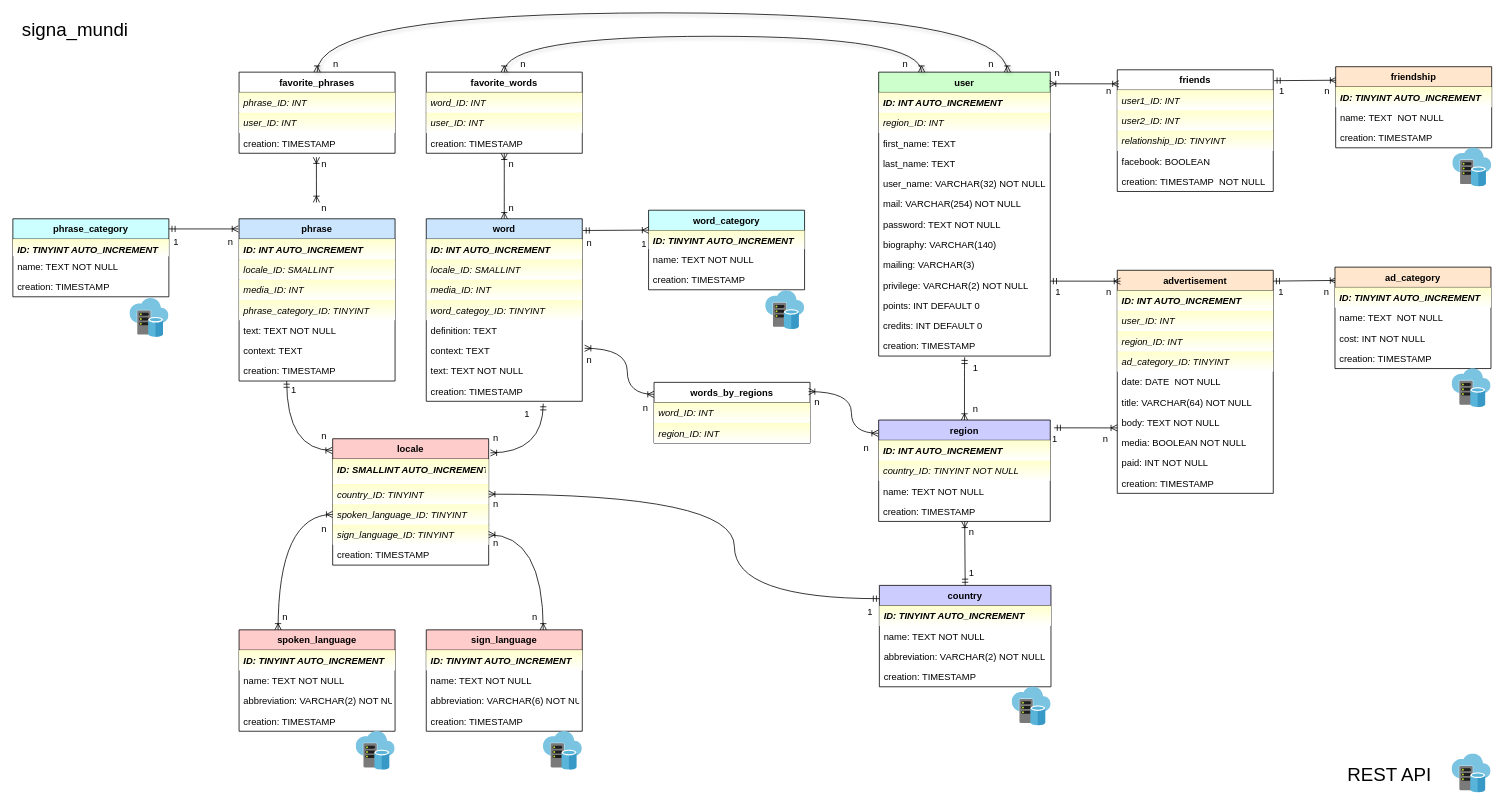
Earlier version of the draw.io diagram SQL/Diagram.drawio (Dialvive/HandsApp-API). Source tidied: cells renumbered, new cells numbered last; positions are measured from the earlier drawing's top-left corner, leaving out a move shared by most shapes. Both pictures are drawn from the tidied source at 78%, with x=0, y=0 at pixel (12, 12).
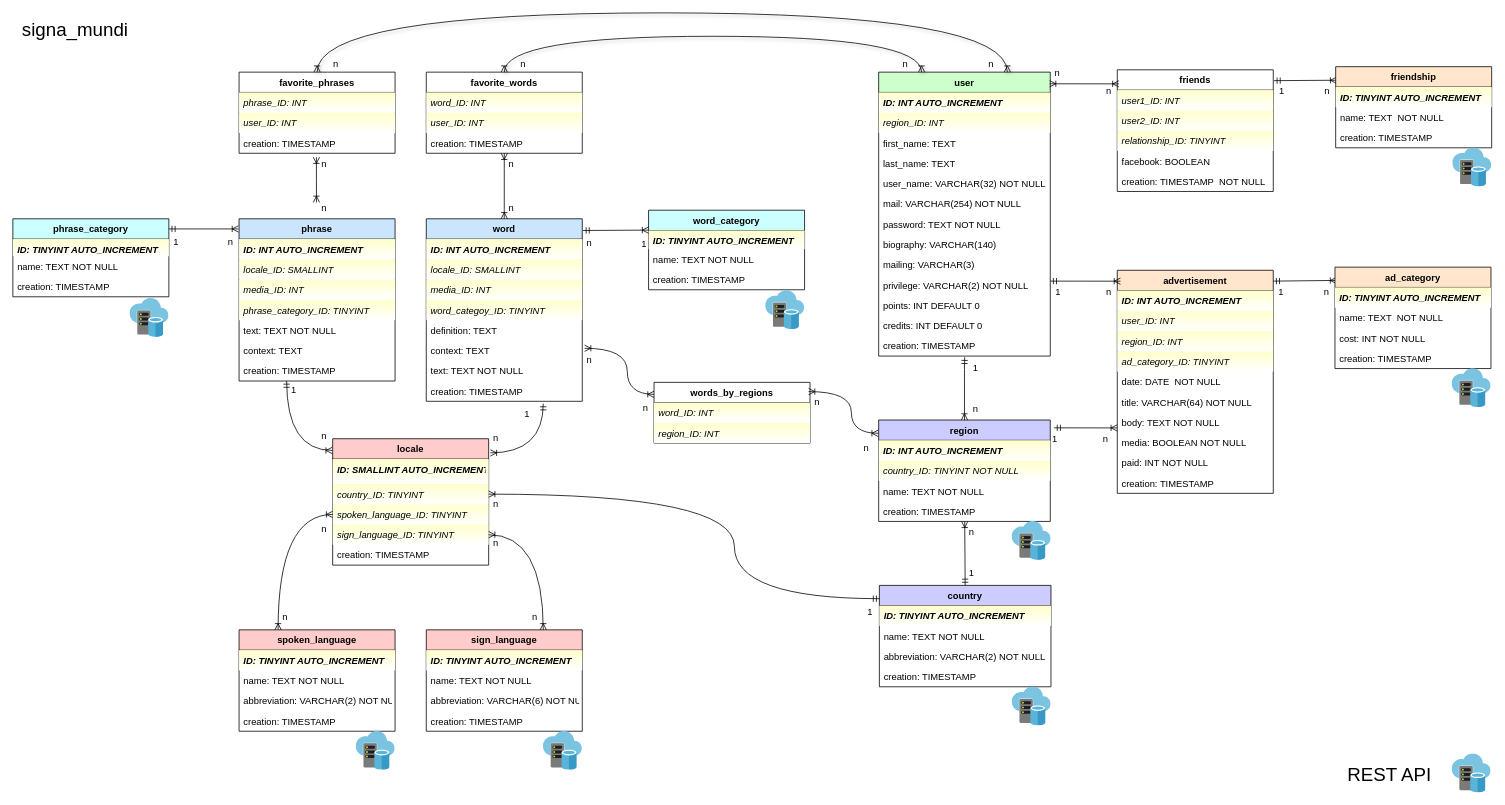
The same diagram, later.

Diff of the diagram source:
```diff
@@
+    <mxCell id="174" style="html=1;align=center;image;fontSize=12;image=img/lib/mscae/Virtual_Datacenter.svg;" parent="1" vertex="1">
+      <mxGeometry x="1280.9" y="652" width="50" height="50" as="geometry" />
+    </mxCell>
```
